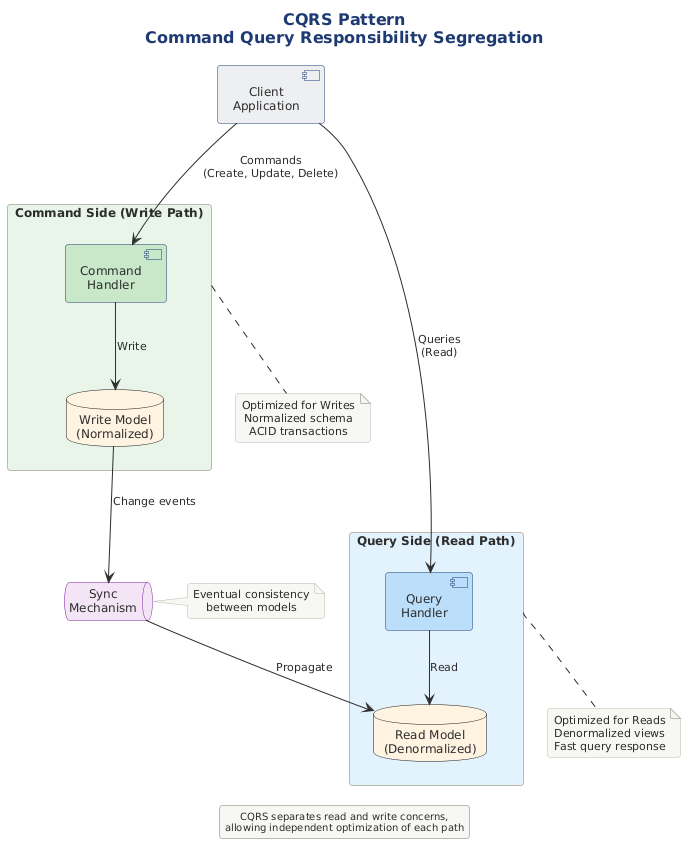
Above: src/architecture/views-and-beyond/style-catalogs/component-and-connector/shared-data-style/png/cqrs-pattern-command-query-responsibility.png in Notoriousjayy/latex-docs (PlantUML), before the change.
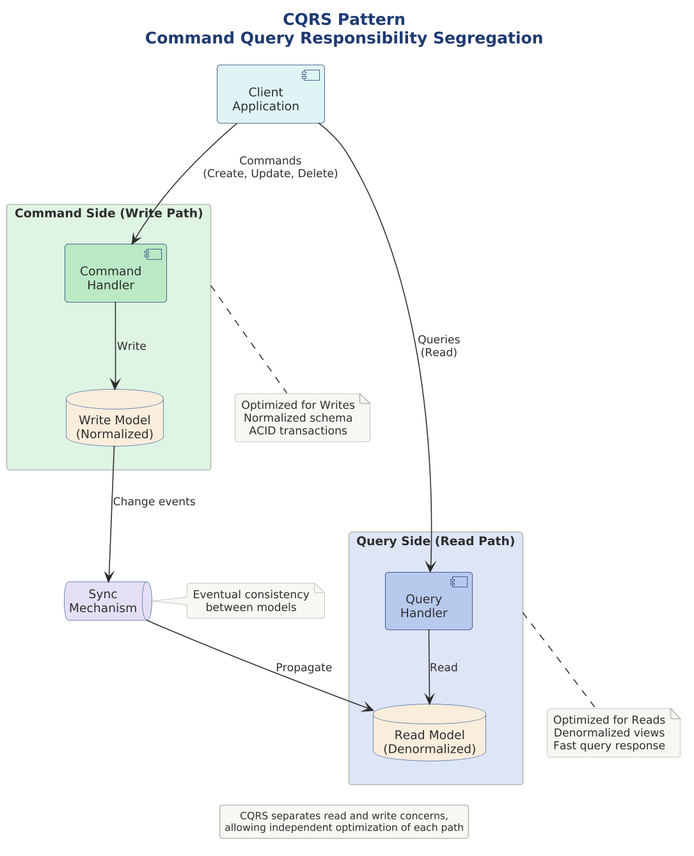
Above is the later version.

What changed in the source:
```diff
@@ -1,27 +1,27 @@
 @startuml
+
+skinparam dpi 150
+
+
+
 
 !include ../../../../../../tooling/styles/plantuml/structural/deployment-diagram-style.iuml
 
-skinparam queue {
-    BackgroundColor #F3E5F5
-    BorderColor #7B1FA2
+title CQRS Pattern\nCommand Query Responsibility Segregation
+
+rectangle "Command Side (Write Path)" as cmdSide $fill_ok {
+    [Command\nHandler] as cmdHandler $deep_ok
+    database "Write Model\n(Normalized)" as writeDb $fill_caution
 }
 
-title CQRS Pattern\nCommand Query Responsibility Segregation
-
-rectangle "Command Side (Write Path)" as cmdSide #E8F5E9 {
-    [Command\nHandler] as cmdHandler #C8E6C9
-    database "Write Model\n(Normalized)" as writeDb #FFF3E0
+rectangle "Query Side (Read Path)" as querySide $fill_primary {
+    [Query\nHandler] as queryHandler $deep_primary
+    database "Read Model\n(Denormalized)" as readDb $fill_caution
 }
 
-rectangle "Query Side (Read Path)" as querySide #E3F2FD {
-    [Query\nHandler] as queryHandler #BBDEFB
-    database "Read Model\n(Denormalized)" as readDb #FFF3E0
-}
+queue "Sync\nMechanism" as sync $fill_alt
 
-queue "Sync\nMechanism" as sync #F3E5F5
-
-[Client\nApplication] as client #ECEFF1
+[Client\nApplication] as client $fill_dynamic
 
 client --> cmdHandler : Commands\n(Create, Update, Delete)
 cmdHandler --> writeDb : Write
```
